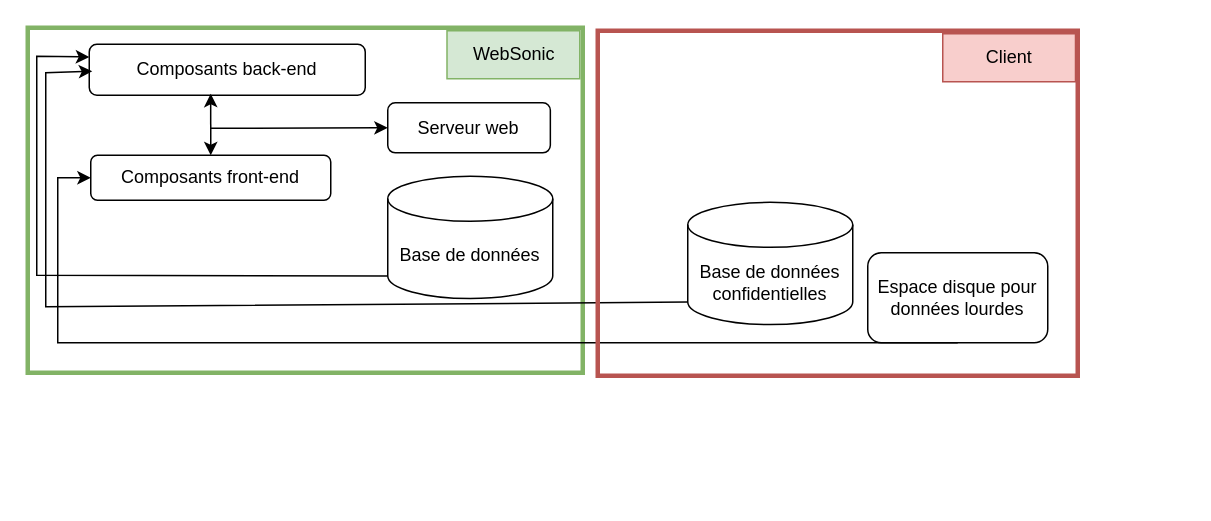
Earlier version of the draw.io diagram WebSonic architecture base applicative.drawio (cjour/audit_logistics). Source tidied: cells renumbered, new cells numbered last; positions are measured from the earlier drawing's top-left corner, leaving out a move shared by most shapes. Both pictures are drawn from the tidied source at 150%, with x=0, y=0 at pixel (27, 27).
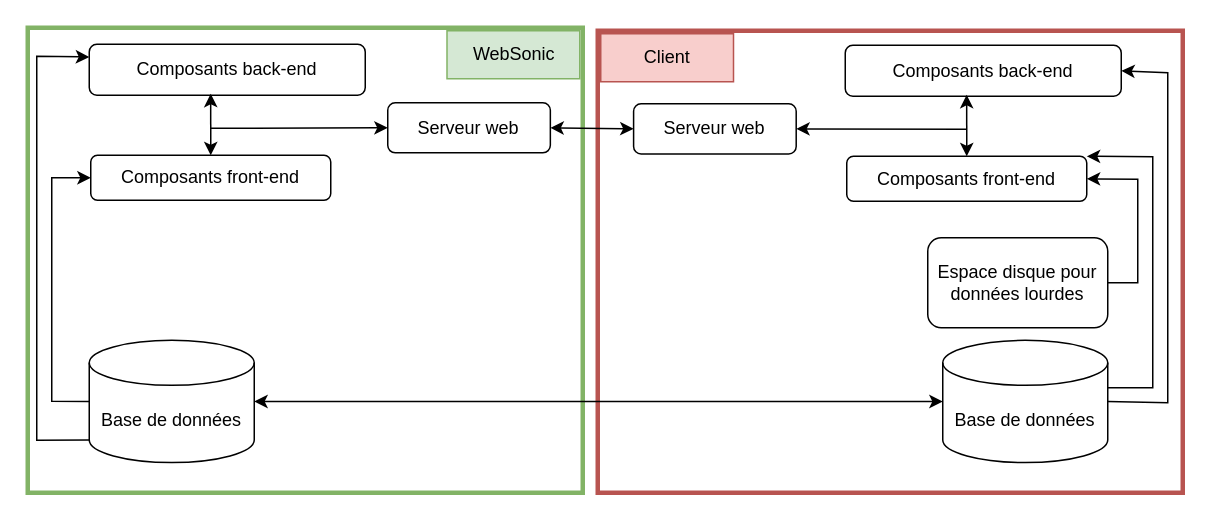
After the change.

Commit message:
Mettre à jour WebSonic architecture base applicative.drawio

The change refers to these unchanged cells:
```xml
<mxCell id="4" value="Composants front-end" style="rounded=1;whiteSpace=wrap;html=1;" parent="1" vertex="1">
  <mxGeometry x="42" y="85" width="160" height="30" as="geometry" />
</mxCell>
<mxCell id="5" value="Composants back-end" style="rounded=1;whiteSpace=wrap;html=1;" parent="1" vertex="1">
  <mxGeometry x="41" y="11" width="184" height="34" as="geometry" />
</mxCell>
<mxCell id="12" value="&lt;div&gt;Serveur web&lt;/div&gt;" style="rounded=1;whiteSpace=wrap;html=1;" parent="1" vertex="1">
  <mxGeometry x="240" y="50" width="108.4" height="33.4" as="geometry" />
</mxCell>
```

Change to the diagram source:
```diff
@@
+    <mxCell id="15" style="rounded=0;whiteSpace=wrap;html=1;fillColor=none;strokeColor=#b85450;strokeWidth=3;" parent="1" vertex="1">
+      <mxGeometry x="380" y="2" width="390" height="308" as="geometry" />
+    </mxCell>
     <mxCell id="2" style="rounded=0;whiteSpace=wrap;html=1;fillColor=none;strokeColor=#82b366;strokeWidth=3;" parent="1" vertex="1">
-      <mxGeometry width="370" height="230" as="geometry" />
+      <mxGeometry width="370" height="310" as="geometry" />
     </mxCell>
@@
     <mxCell id="8" style="endArrow=none;html=1;rounded=0;endFill=0;startArrow=classic;startFill=1;exitX=0;exitY=0.25;exitDx=0;exitDy=0;entryX=0;entryY=1;entryDx=0;entryDy=-15;entryPerimeter=0;" parent="1" edge="1" source="5" target="10">
       <mxGeometry relative="1" as="geometry">
         <Array as="points">
           <mxPoint x="6" y="19" />
-          <mxPoint x="6" y="165" />
+          <mxPoint x="6" y="275" />
         </Array>
       </mxGeometry>
     </mxCell>
-    <mxCell id="9" style="endArrow=classic;html=1;rounded=0;exitX=0.5;exitY=1;exitDx=0;exitDy=0;entryX=0;entryY=0.5;entryDx=0;entryDy=0;" parent="1" edge="1" source="11" target="4">
+    <mxCell id="9" style="endArrow=classic;html=1;rounded=0;exitX=1;exitY=0.5;exitDx=0;exitDy=0;entryX=1;entryY=0.5;entryDx=0;entryDy=0;" parent="1" edge="1" source="11" target="17">
       <mxGeometry relative="1" as="geometry">
         <Array as="points">
-          <mxPoint x="300" y="210" />
-          <mxPoint x="20" y="210" />
-          <mxPoint x="20" y="100" />
+          <mxPoint x="740" y="170" />
+          <mxPoint x="740" y="101" />
         </Array>
       </mxGeometry>
     </mxCell>
     <mxCell id="10" value="Base de données" style="shape=cylinder3;whiteSpace=wrap;html=1;boundedLbl=1;backgroundOutline=1;size=15;" parent="1" vertex="1">
-      <mxGeometry x="240" y="99" width="110" height="81.5" as="geometry" />
+      <mxGeometry x="41" y="208.4" width="110" height="81.5" as="geometry" />
     </mxCell>
     <mxCell id="11" value="Espace disque pour données lourdes" style="rounded=1;whiteSpace=wrap;html=1;" parent="1" vertex="1">
-      <mxGeometry x="560" y="150" width="120" height="60" as="geometry" />
+      <mxGeometry x="600" y="140" width="120" height="60" as="geometry" />
     </mxCell>
@@
-    <mxCell id="13" value="Base de données confidentielles" style="shape=cylinder3;whiteSpace=wrap;html=1;boundedLbl=1;backgroundOutline=1;size=15;" parent="1" vertex="1">
-      <mxGeometry x="440" y="116.4" width="110" height="81.5" as="geometry" />
+    <mxCell id="13" value="Base de données" style="shape=cylinder3;whiteSpace=wrap;html=1;boundedLbl=1;backgroundOutline=1;size=15;" parent="1" vertex="1">
+      <mxGeometry x="610" y="208.4" width="110" height="81.5" as="geometry" />
     </mxCell>
-    <mxCell id="14" style="endArrow=none;html=1;rounded=0;endFill=0;startArrow=classic;startFill=1;exitX=0;exitY=0;exitDx=0;exitDy=0;entryX=0;entryY=1;entryDx=0;entryDy=-15;entryPerimeter=0;" parent="1" edge="1" target="13">
+    <mxCell id="14" style="endArrow=none;html=1;rounded=0;endFill=0;startArrow=classic;startFill=1;exitX=1;exitY=0.5;exitDx=0;exitDy=0;entryX=1;entryY=0.5;entryDx=0;entryDy=0;entryPerimeter=0;" parent="1" edge="1" source="18" target="13">
       <mxGeometry relative="1" as="geometry">
-        <mxPoint x="43" y="29" as="sourcePoint" />
         <Array as="points">
-          <mxPoint x="12" y="30" />
-          <mxPoint x="12" y="186" />
+          <mxPoint x="760" y="30" />
+          <mxPoint x="760" y="250" />
         </Array>
       </mxGeometry>
     </mxCell>
-    <mxCell id="15" style="rounded=0;whiteSpace=wrap;html=1;fillColor=none;strokeColor=#b85450;strokeWidth=3;" parent="1" vertex="1">
-      <mxGeometry x="380" y="2" width="320" height="230" as="geometry" />
-    </mxCell>
     <mxCell id="16" value="Client" style="rounded=0;whiteSpace=wrap;html=1;fillColor=#f8cecc;strokeColor=#b85450;" parent="1" vertex="1">
-      <mxGeometry x="610" y="4" width="88.5" height="32" as="geometry" />
+      <mxGeometry x="382" y="4" width="88.5" height="32" as="geometry" />
     </mxCell>
+    <mxCell id="17" value="Composants front-end" style="rounded=1;whiteSpace=wrap;html=1;" parent="1" vertex="1">
+      <mxGeometry x="546" y="85.7" width="160" height="30" as="geometry" />
+    </mxCell>
+    <mxCell id="18" value="Composants back-end" style="rounded=1;whiteSpace=wrap;html=1;" parent="1" vertex="1">
+      <mxGeometry x="545" y="11.7" width="184" height="34" as="geometry" />
+    </mxCell>
+    <mxCell id="19" style="endArrow=classic;startArrow=classic;html=1;rounded=0;exitX=0.5;exitY=0;exitDx=0;exitDy=0;entryX=0.44;entryY=0.971;entryDx=0;entryDy=0;entryPerimeter=0;" parent="1" edge="1" source="17" target="18">
+      <mxGeometry relative="1" as="geometry" />
+    </mxCell>
+    <mxCell id="20" style="endArrow=classic;html=1;rounded=0;entryX=1;entryY=0.5;entryDx=0;entryDy=0;" parent="1" edge="1" target="21">
+      <mxGeometry relative="1" as="geometry">
+        <mxPoint x="626" y="67.7" as="sourcePoint" />
+      </mxGeometry>
+    </mxCell>
+    <mxCell id="21" value="&lt;div&gt;Serveur web&lt;/div&gt;" style="rounded=1;whiteSpace=wrap;html=1;" parent="1" vertex="1">
+      <mxGeometry x="403.9" y="50.7" width="108.4" height="33.4" as="geometry" />
+    </mxCell>
+    <mxCell id="22" style="endArrow=none;html=1;rounded=0;endFill=0;startArrow=classic;startFill=1;exitX=1;exitY=0;exitDx=0;exitDy=0;" parent="1" edge="1" source="17">
+      <mxGeometry relative="1" as="geometry">
+        <mxPoint x="720" y="240" as="targetPoint" />
+        <Array as="points">
+          <mxPoint x="750" y="86" />
+          <mxPoint x="750" y="240" />
+        </Array>
+      </mxGeometry>
+    </mxCell>
+    <mxCell id="23" style="endArrow=none;html=1;rounded=0;endFill=0;startArrow=classic;startFill=1;exitX=0;exitY=0.5;exitDx=0;exitDy=0;entryX=0;entryY=0.5;entryDx=0;entryDy=0;entryPerimeter=0;" parent="1" edge="1" source="4" target="10">
+      <mxGeometry relative="1" as="geometry">
+        <Array as="points">
+          <mxPoint x="16" y="100" />
+          <mxPoint x="16" y="249" />
+        </Array>
+      </mxGeometry>
+    </mxCell>
+    <mxCell id="24" style="endArrow=classic;startArrow=classic;html=1;rounded=0;exitX=1;exitY=0.5;exitDx=0;exitDy=0;exitPerimeter=0;entryX=0;entryY=0.5;entryDx=0;entryDy=0;entryPerimeter=0;" parent="1" edge="1" source="10" target="13">
+      <mxGeometry relative="1" as="geometry" />
+    </mxCell>
+    <mxCell id="25" style="endArrow=classic;startArrow=classic;html=1;rounded=0;exitX=1;exitY=0.5;exitDx=0;exitDy=0;entryX=0;entryY=0.5;entryDx=0;entryDy=0;" parent="1" edge="1" source="12" target="21">
+      <mxGeometry relative="1" as="geometry" />
+    </mxCell>
```
